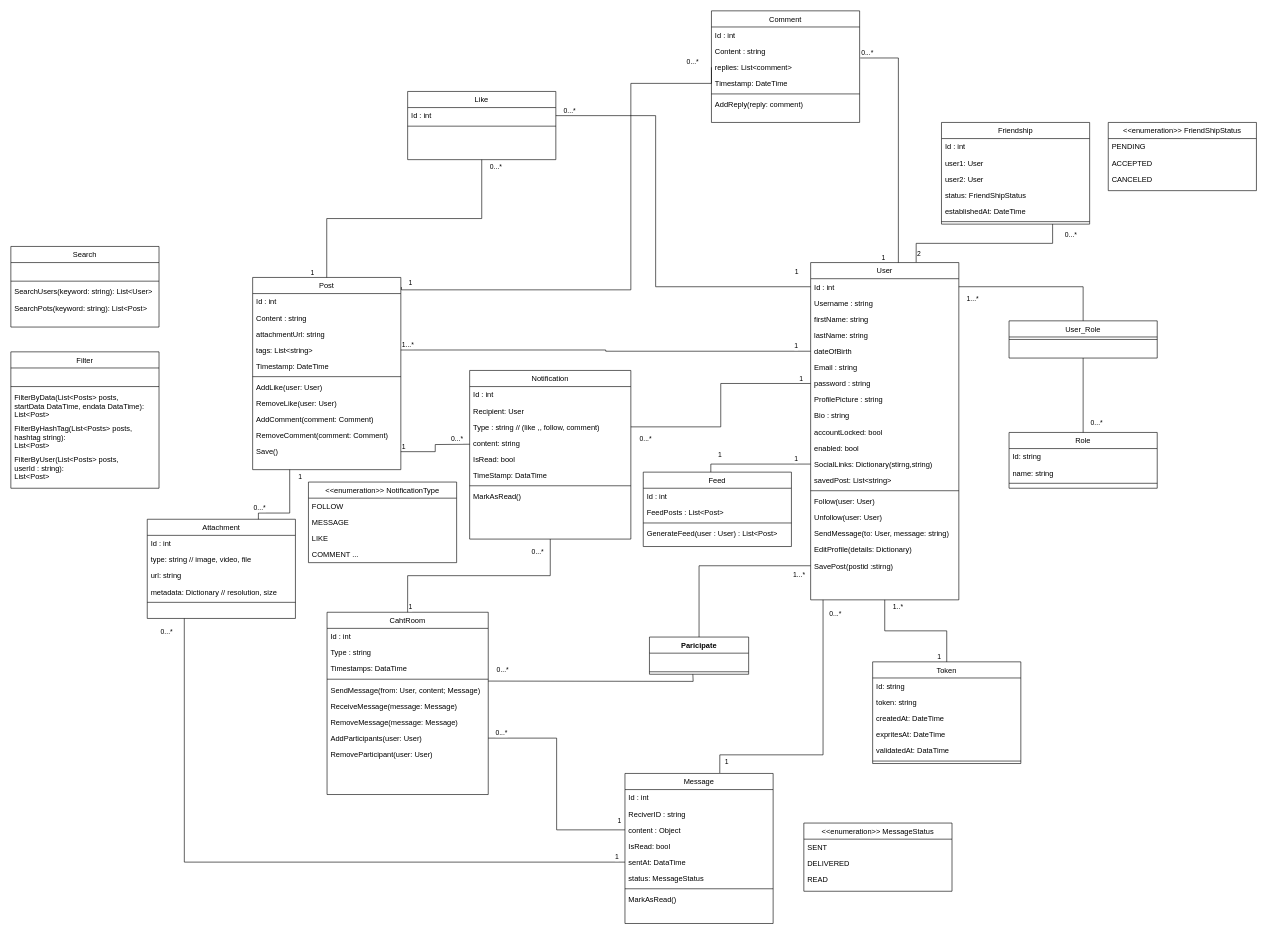
ousaro/Gamindie keeps this draw.io diagram as AppDiagram.drawio. Above is the earlier version. Source tidied: cells renumbered, new cells numbered last; positions are measured from the earlier drawing's top-left corner, leaving out a move shared by most shapes. Both pictures are drawn from the tidied source at 62%, with x=0, y=0 at pixel (11, 11).
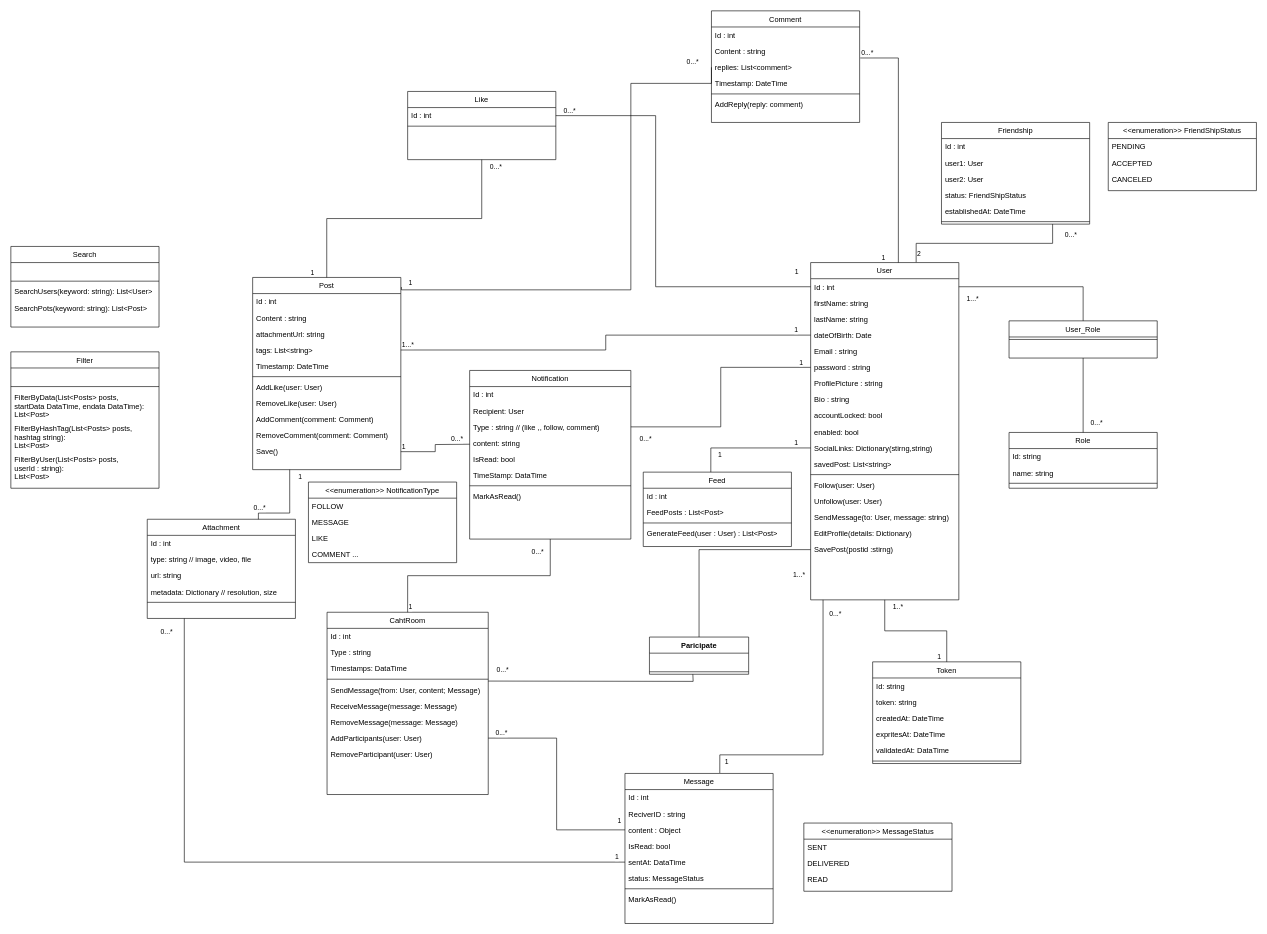
The same diagram, later.

Unchanged cells that the change refers to:
```xml
<mxCell id="2" value="User" style="swimlane;fontStyle=0;align=center;verticalAlign=top;horizontal=1;startSize=26;rounded=0;shadow=0;strokeWidth=1;" parent="1" vertex="1">
  <mxGeometry x="1290" y="406" width="239" height="544" as="geometry" />
</mxCell>
```

Diff of the diagram source:
```diff
@@
-    <mxCell id="4" value="Username : string" style="text;align=left;verticalAlign=top;spacingLeft=4;spacingRight=4;overflow=hidden;rounded=0;shadow=0;html=0;" parent="2" vertex="1">
-      <mxGeometry y="52" width="239" height="26" as="geometry" />
-    </mxCell>
     <mxCell id="5" value="firstName: string" style="text;align=left;verticalAlign=top;spacingLeft=4;spacingRight=4;overflow=hidden;rounded=0;shadow=0;html=0;" parent="2" vertex="1">
-      <mxGeometry y="78" width="239" height="26" as="geometry" />
+      <mxGeometry y="52" width="239" height="26" as="geometry" />
     </mxCell>
     <mxCell id="6" value="lastName: string" style="text;align=left;verticalAlign=top;spacingLeft=4;spacingRight=4;overflow=hidden;rounded=0;shadow=0;html=0;" parent="2" vertex="1">
-      <mxGeometry y="104" width="239" height="26" as="geometry" />
+      <mxGeometry y="78" width="239" height="26" as="geometry" />
     </mxCell>
-    <mxCell id="7" value="dateOfBirth" style="text;align=left;verticalAlign=top;spacingLeft=4;spacingRight=4;overflow=hidden;points=[[0,0.5],[1,0.5]];portConstraint=eastwest;rounded=0;shadow=0;html=0;" parent="2" vertex="1">
-      <mxGeometry y="130" width="239" height="26" as="geometry" />
+    <mxCell id="7" value="dateOfBirth: Date" style="text;align=left;verticalAlign=top;spacingLeft=4;spacingRight=4;overflow=hidden;points=[[0,0.5],[1,0.5]];portConstraint=eastwest;rounded=0;shadow=0;html=0;" parent="2" vertex="1">
+      <mxGeometry y="104" width="239" height="26" as="geometry" />
     </mxCell>
     <mxCell id="8" value="Email : string " style="text;align=left;verticalAlign=top;spacingLeft=4;spacingRight=4;overflow=hidden;rounded=0;shadow=0;html=0;" parent="2" vertex="1">
-      <mxGeometry y="156" width="239" height="26" as="geometry" />
+      <mxGeometry y="130" width="239" height="26" as="geometry" />
     </mxCell>
     <mxCell id="9" value="password : string " style="text;align=left;verticalAlign=top;spacingLeft=4;spacingRight=4;overflow=hidden;points=[[0,0.5],[1,0.5]];portConstraint=eastwest;rounded=0;shadow=0;html=0;" parent="2" vertex="1">
-      <mxGeometry y="182" width="239" height="26" as="geometry" />
+      <mxGeometry y="156" width="239" height="26" as="geometry" />
     </mxCell>
     <mxCell id="10" value="ProfilePicture : string " style="text;align=left;verticalAlign=top;spacingLeft=4;spacingRight=4;overflow=hidden;rounded=0;shadow=0;html=0;" parent="2" vertex="1">
-      <mxGeometry y="208" width="239" height="26" as="geometry" />
+      <mxGeometry y="182" width="239" height="26" as="geometry" />
     </mxCell>
     <mxCell id="11" value="Bio : string " style="text;align=left;verticalAlign=top;spacingLeft=4;spacingRight=4;overflow=hidden;rounded=0;shadow=0;html=0;" parent="2" vertex="1">
-      <mxGeometry y="234" width="239" height="26" as="geometry" />
+      <mxGeometry y="208" width="239" height="26" as="geometry" />
     </mxCell>
     <mxCell id="12" value="accountLocked: bool" style="text;align=left;verticalAlign=top;spacingLeft=4;spacingRight=4;overflow=hidden;rounded=0;shadow=0;html=0;" parent="2" vertex="1">
-      <mxGeometry y="260" width="239" height="26" as="geometry" />
+      <mxGeometry y="234" width="239" height="26" as="geometry" />
     </mxCell>
     <mxCell id="13" value="enabled: bool" style="text;align=left;verticalAlign=top;spacingLeft=4;spacingRight=4;overflow=hidden;rounded=0;shadow=0;html=0;" parent="2" vertex="1">
-      <mxGeometry y="286" width="239" height="26" as="geometry" />
+      <mxGeometry y="260" width="239" height="26" as="geometry" />
     </mxCell>
     <mxCell id="14" value="SocialLinks: Dictionary(stirng,string)" style="text;align=left;verticalAlign=top;spacingLeft=4;spacingRight=4;overflow=hidden;points=[[0,0.5],[1,0.5]];portConstraint=eastwest;rounded=0;shadow=0;html=0;" parent="2" vertex="1">
-      <mxGeometry y="312" width="239" height="26" as="geometry" />
+      <mxGeometry y="286" width="239" height="26" as="geometry" />
     </mxCell>
     <mxCell id="15" value="savedPost: List&lt;string&gt;" style="text;align=left;verticalAlign=top;spacingLeft=4;spacingRight=4;overflow=hidden;rounded=0;shadow=0;html=0;" parent="2" vertex="1">
-      <mxGeometry y="338" width="239" height="26" as="geometry" />
+      <mxGeometry y="312" width="239" height="26" as="geometry" />
     </mxCell>
     <mxCell id="16" style="line;html=1;strokeWidth=1;align=left;verticalAlign=middle;spacingTop=-1;spacingLeft=3;spacingRight=3;labelPosition=right;" parent="2" vertex="1">
-      <mxGeometry y="364" width="239" height="8" as="geometry" />
+      <mxGeometry y="338" width="239" height="8" as="geometry" />
     </mxCell>
     <mxCell id="17" value="Follow(user: User)" style="text;align=left;verticalAlign=top;spacingLeft=4;spacingRight=4;overflow=hidden;" parent="2" vertex="1">
-      <mxGeometry y="372" width="239" height="26" as="geometry" />
+      <mxGeometry y="346" width="239" height="26" as="geometry" />
     </mxCell>
     <mxCell id="18" value="Unfollow(user: User)" style="text;align=left;verticalAlign=top;spacingLeft=4;spacingRight=4;overflow=hidden;" parent="2" vertex="1">
-      <mxGeometry y="398" width="239" height="26" as="geometry" />
+      <mxGeometry y="372" width="239" height="26" as="geometry" />
     </mxCell>
     <mxCell id="19" value="SendMessage(to: User, message: string)" style="text;align=left;verticalAlign=top;spacingLeft=4;spacingRight=4;overflow=hidden;" parent="2" vertex="1">
-      <mxGeometry y="424" width="239" height="26" as="geometry" />
+      <mxGeometry y="398" width="239" height="26" as="geometry" />
     </mxCell>
     <mxCell id="20" value="EditProfile(details: Dictionary)" style="text;align=left;verticalAlign=top;spacingLeft=4;spacingRight=4;overflow=hidden;" parent="2" vertex="1">
-      <mxGeometry y="450" width="239" height="26" as="geometry" />
+      <mxGeometry y="424" width="239" height="26" as="geometry" />
     </mxCell>
     <mxCell id="21" value="SavePost(postid :stirng)" style="text;align=left;verticalAlign=top;spacingLeft=4;spacingRight=4;overflow=hidden;points=[[0,0.5],[1,0.5]];portConstraint=eastwest;" parent="2" vertex="1">
-      <mxGeometry y="476" width="239" height="26" as="geometry" />
+      <mxGeometry y="450" width="239" height="26" as="geometry" />
     </mxCell>
```
